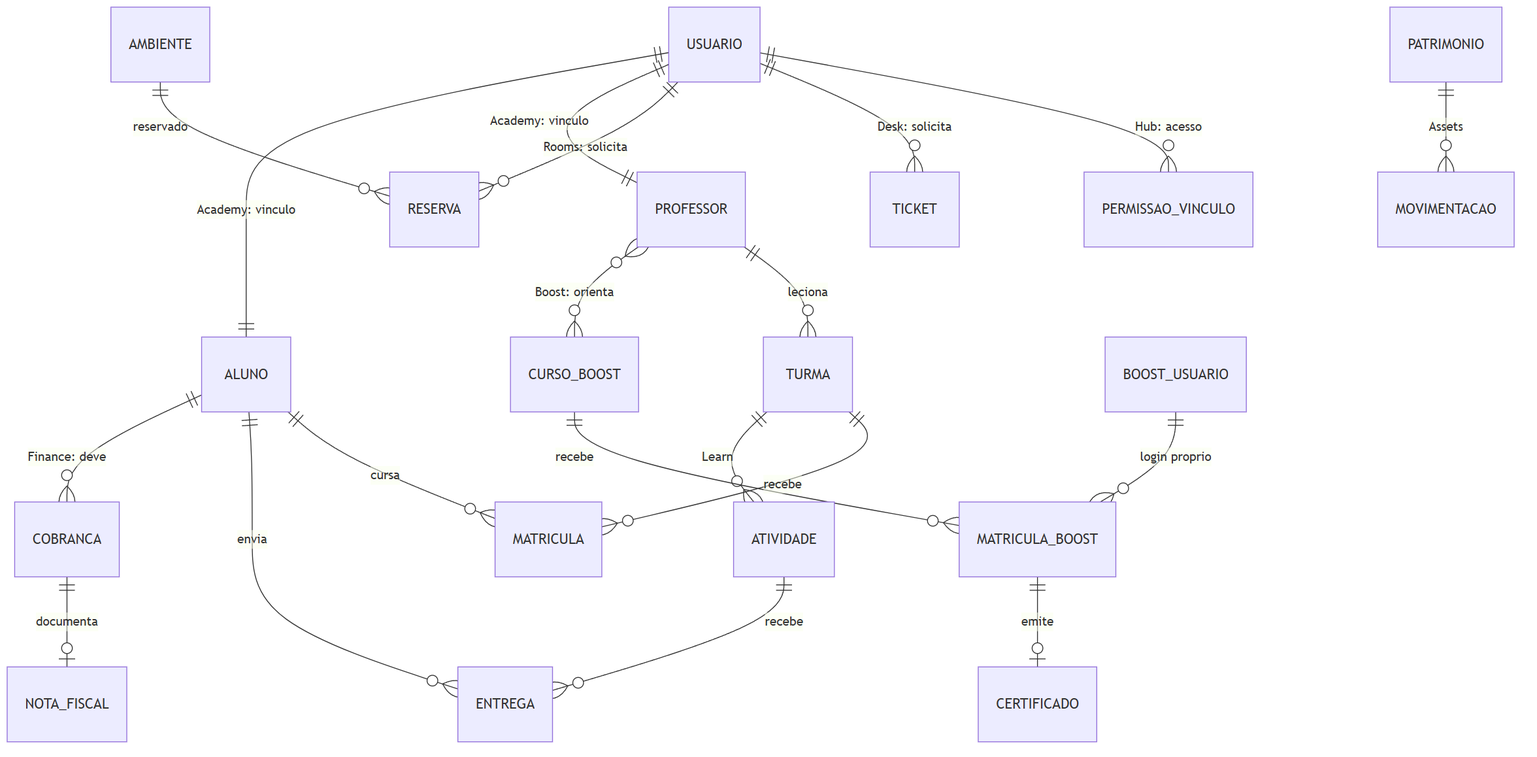
This is docs/diagramas/png/erd-geral.png from bebberjoao/RoosterOneBackend, a Mermaid export, as it was before one commit. Its source is kept beside it as docs/diagramas/src/erd-geral.mmd.
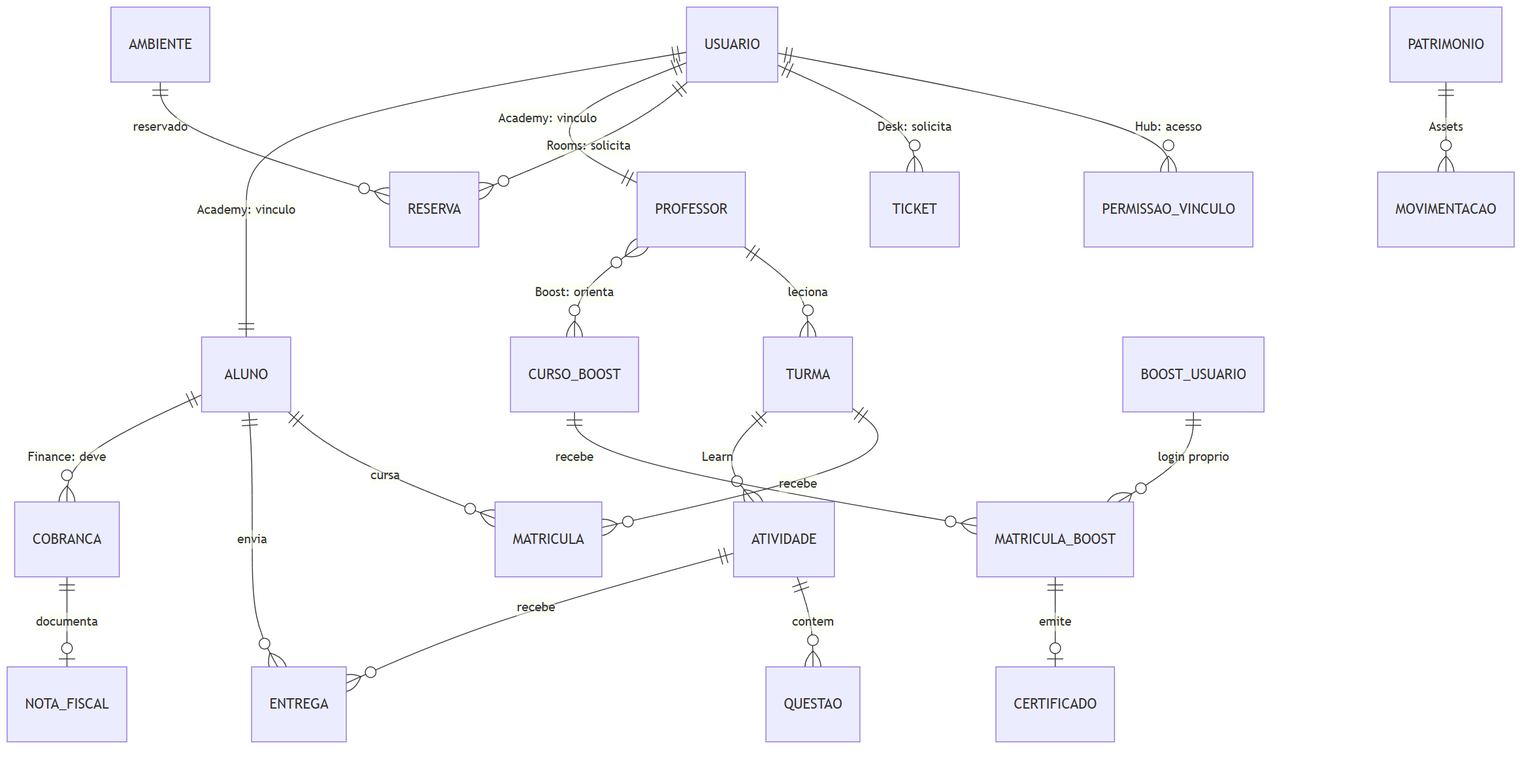
After the change.

Diff of the diagram source:
```diff
@@ -8,6 +8,7 @@
   ALUNO ||--o{ MATRICULA : cursa
   TURMA ||--o{ MATRICULA : recebe
   TURMA ||--o{ ATIVIDADE : "Learn"
+  ATIVIDADE ||--o{ QUESTAO : contem
   ATIVIDADE ||--o{ ENTREGA : recebe
   ALUNO ||--o{ ENTREGA : envia
   ALUNO ||--o{ COBRANCA : "Finance: deve"
```
